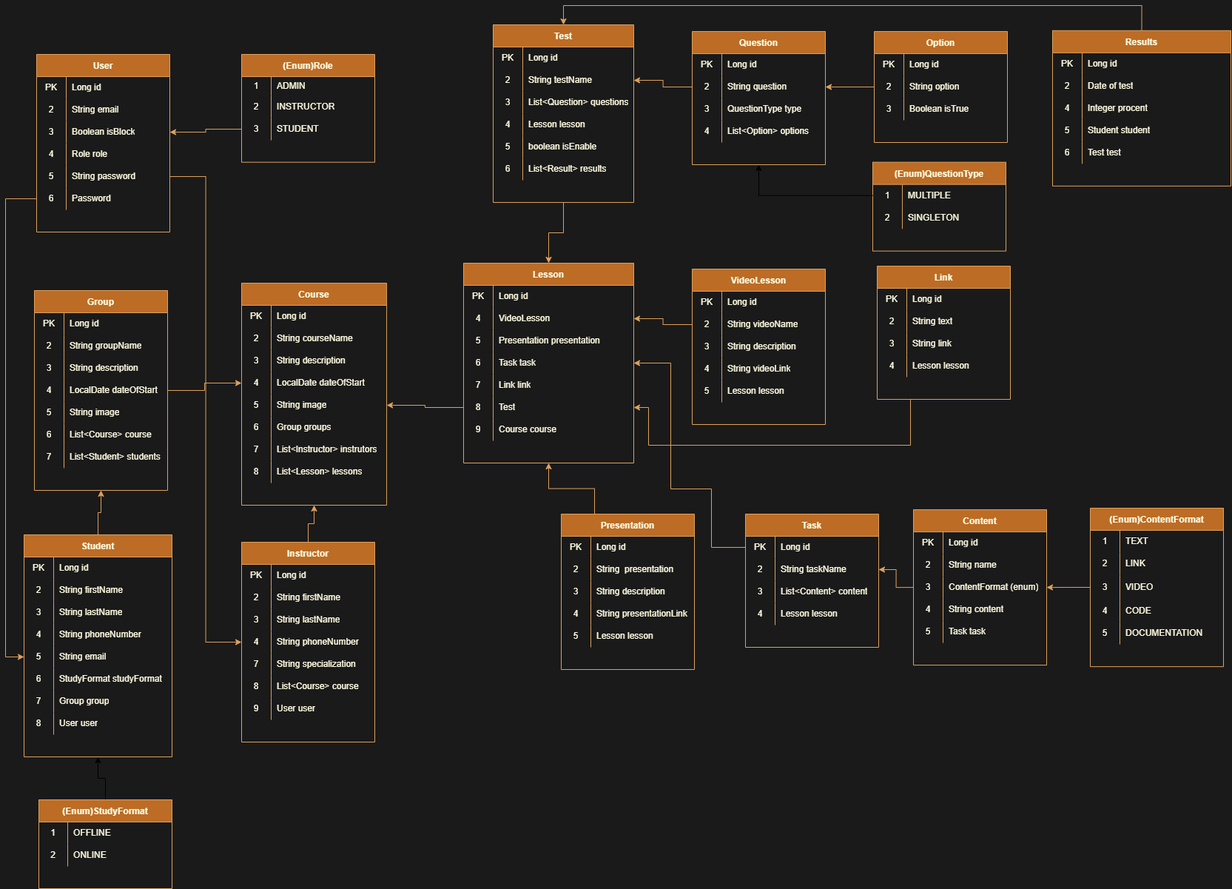
The draw.io diagram peaksoftlms.png in Mavlyan03/peaksoftlms-b6, before a commit. Source tidied: cells renumbered, new cells last; positions are measured from the earlier drawing's top-left corner, leaving out a move shared by most shapes.
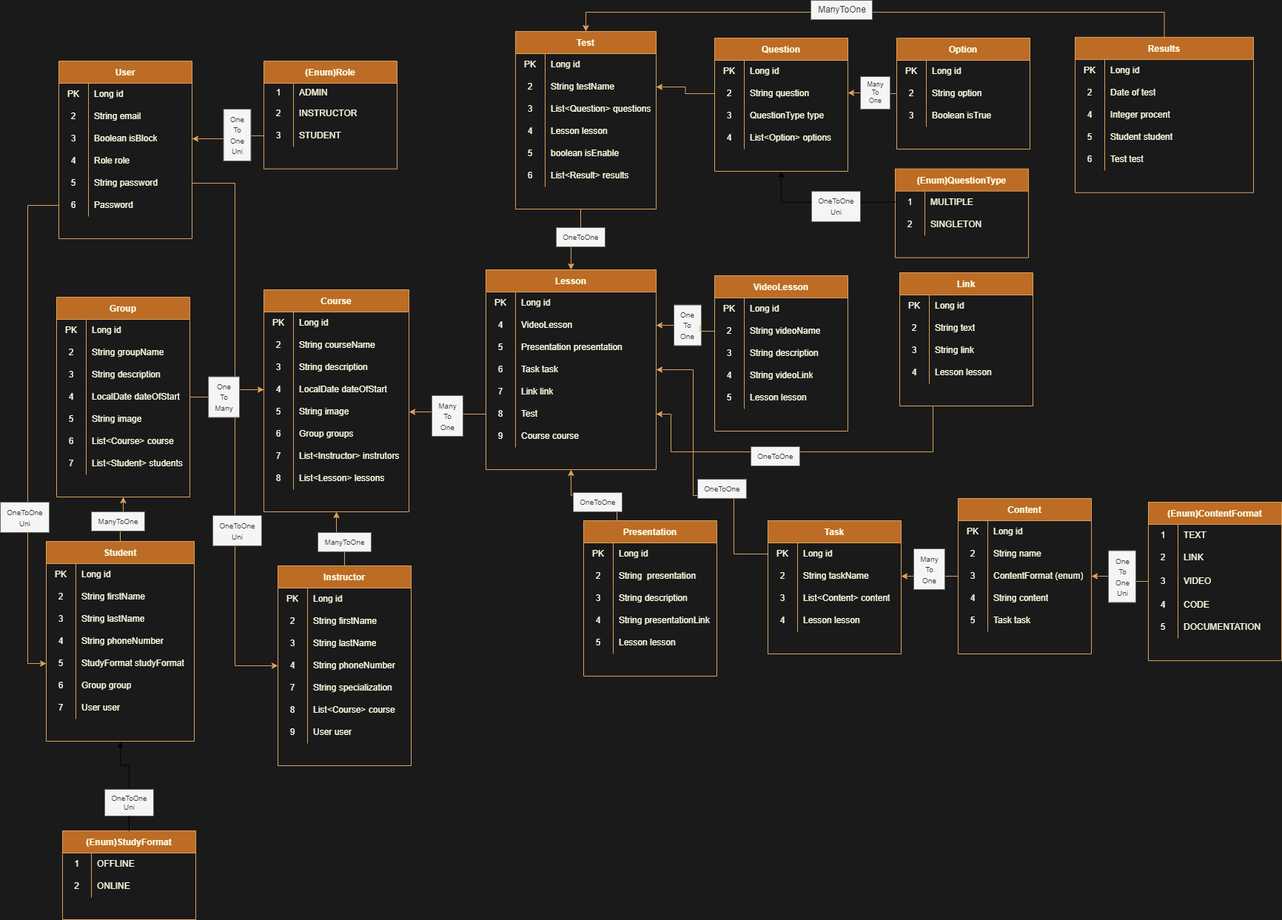
After the change.

Commit message:
Diagram PeaksoftLMS

What changed in the source:
```diff
@@ -145,3 +145,3 @@
     </mxCell>
-    <mxCell id="49" style="edgeStyle=orthogonalEdgeStyle;rounded=0;jettySize=auto;html=1;exitX=0.5;exitY=0;exitDx=0;exitDy=0;entryX=0.5;entryY=1;entryDx=0;entryDy=0;strokeColor=#DDA15E;fontColor=#FEFAE0;fillColor=#BC6C25;" parent="1" edge="1" source="50" target="2">
+    <mxCell id="49" style="edgeStyle=orthogonalEdgeStyle;rounded=0;jettySize=auto;html=1;exitX=0.5;exitY=0;exitDx=0;exitDy=0;entryX=0.5;entryY=1;entryDx=0;entryDy=0;strokeColor=#DDA15E;fontColor=#FEFAE0;fillColor=#BC6C25;startArrow=none;" parent="1" edge="1" source="340" target="2">
       <mxGeometry relative="1" as="geometry" />
@@ -149,3 +149,3 @@
     <mxCell id="50" value="Instructor" style="shape=table;startSize=30;rowLines=0;fontStyle=1;fontColor=#FEFAE0;fillColor=#BC6C25;strokeColor=#DDA15E;" parent="1" vertex="1">
-      <mxGeometry x="319" y="725" width="180" height="270" as="geometry" />
+      <mxGeometry x="338" y="748" width="180" height="270" as="geometry" />
     </mxCell>
@@ -218,3 +218,3 @@
     <mxCell id="73" value="Student" style="shape=table;startSize=30;rowLines=0;fontStyle=1;fontColor=#FEFAE0;fillColor=#BC6C25;strokeColor=#DDA15E;" parent="1" vertex="1">
-      <mxGeometry x="25" y="715" width="200" height="300" as="geometry" />
+      <mxGeometry x="25" y="715" width="200" height="270" as="geometry" />
     </mxCell>
@@ -256,15 +256,6 @@
     </mxCell>
-    <mxCell id="86" style="shape=tableRow;horizontal=0;startSize=0;swimlaneHead=0;swimlaneBody=0;top=0;left=0;bottom=0;right=0;fillColor=none;points=[[0,0.5],[1,0.5]];portConstraint=eastwest;fontColor=#FEFAE0;strokeColor=#DDA15E;" parent="73" vertex="1">
-      <mxGeometry y="150" width="200" height="30" as="geometry" />
-    </mxCell>
-    <mxCell id="87" value="5" style="shape=partialRectangle;html=1;whiteSpace=wrap;fillColor=none;top=0;left=0;bottom=0;right=0;overflow=hidden;fontColor=#FEFAE0;strokeColor=#DDA15E;" parent="86" vertex="1">
-      <mxGeometry width="40" height="30" as="geometry" />
-    </mxCell>
-    <mxCell id="88" value="String email" style="shape=partialRectangle;html=1;whiteSpace=wrap;fillColor=none;top=0;left=0;bottom=0;right=0;align=left;spacingLeft=6;overflow=hidden;fontColor=#FEFAE0;strokeColor=#DDA15E;" parent="86" vertex="1">
-      <mxGeometry x="40" width="160" height="30" as="geometry" />
-    </mxCell>
     <mxCell id="89" style="shape=tableRow;horizontal=0;startSize=0;swimlaneHead=0;swimlaneBody=0;top=0;left=0;bottom=0;right=0;fillColor=none;fontColor=#FEFAE0;strokeColor=#DDA15E;" parent="73" vertex="1">
-      <mxGeometry y="180" width="200" height="30" as="geometry" />
+      <mxGeometry y="150" width="200" height="30" as="geometry" />
     </mxCell>
-    <mxCell id="90" value="6" style="shape=partialRectangle;html=1;whiteSpace=wrap;fillColor=none;top=0;left=0;bottom=0;right=0;overflow=hidden;fontColor=#FEFAE0;strokeColor=#DDA15E;" parent="89" vertex="1">
+    <mxCell id="90" value="5" style="shape=partialRectangle;html=1;whiteSpace=wrap;fillColor=none;top=0;left=0;bottom=0;right=0;overflow=hidden;fontColor=#FEFAE0;strokeColor=#DDA15E;" parent="89" vertex="1">
       <mxGeometry width="40" height="30" as="geometry" />
@@ -275,5 +266,5 @@
     <mxCell id="92" style="shape=tableRow;horizontal=0;startSize=0;swimlaneHead=0;swimlaneBody=0;top=0;left=0;bottom=0;right=0;fillColor=none;fontColor=#FEFAE0;strokeColor=#DDA15E;" parent="73" vertex="1">
-      <mxGeometry y="210" width="200" height="30" as="geometry" />
+      <mxGeometry y="180" width="200" height="30" as="geometry" />
     </mxCell>
-    <mxCell id="93" value="7" style="shape=partialRectangle;html=1;whiteSpace=wrap;fillColor=none;top=0;left=0;bottom=0;right=0;overflow=hidden;fontColor=#FEFAE0;strokeColor=#DDA15E;" parent="92" vertex="1">
+    <mxCell id="93" value="6" style="shape=partialRectangle;html=1;whiteSpace=wrap;fillColor=none;top=0;left=0;bottom=0;right=0;overflow=hidden;fontColor=#FEFAE0;strokeColor=#DDA15E;" parent="92" vertex="1">
       <mxGeometry width="40" height="30" as="geometry" />
@@ -284,5 +275,5 @@
     <mxCell id="95" style="shape=tableRow;horizontal=0;startSize=0;swimlaneHead=0;swimlaneBody=0;top=0;left=0;bottom=0;right=0;fillColor=none;fontColor=#FEFAE0;strokeColor=#DDA15E;" parent="73" vertex="1">
-      <mxGeometry y="240" width="200" height="30" as="geometry" />
+      <mxGeometry y="210" width="200" height="30" as="geometry" />
     </mxCell>
-    <mxCell id="96" value="8" style="shape=partialRectangle;html=1;whiteSpace=wrap;fillColor=none;top=0;left=0;bottom=0;right=0;overflow=hidden;fontColor=#FEFAE0;strokeColor=#DDA15E;" parent="95" vertex="1">
+    <mxCell id="96" value="7" style="shape=partialRectangle;html=1;whiteSpace=wrap;fillColor=none;top=0;left=0;bottom=0;right=0;overflow=hidden;fontColor=#FEFAE0;strokeColor=#DDA15E;" parent="95" vertex="1">
       <mxGeometry width="40" height="30" as="geometry" />
@@ -601,3 +592,3 @@
     </mxCell>
-    <mxCell id="199" style="edgeStyle=orthogonalEdgeStyle;rounded=0;jettySize=auto;html=1;exitX=0.5;exitY=1;exitDx=0;exitDy=0;entryX=0.5;entryY=0;entryDx=0;entryDy=0;strokeColor=#DDA15E;fontColor=#FEFAE0;fillColor=#BC6C25;" parent="1" edge="1" source="200" target="98">
+    <mxCell id="199" style="edgeStyle=orthogonalEdgeStyle;rounded=0;jettySize=auto;html=1;exitX=0.5;exitY=1;exitDx=0;exitDy=0;entryX=0.5;entryY=0;entryDx=0;entryDy=0;strokeColor=#DDA15E;fontColor=#FEFAE0;fillColor=#BC6C25;startArrow=none;" parent="1" edge="1" source="331" target="98">
       <mxGeometry relative="1" as="geometry" />
@@ -787,3 +778,3 @@
     <mxCell id="259" value="Content" style="shape=table;startSize=30;rowLines=0;fontStyle=1;fontColor=#FEFAE0;fillColor=#BC6C25;strokeColor=#DDA15E;" parent="1" vertex="1">
-      <mxGeometry x="1227" y="681.1" width="180" height="210" as="geometry" />
+      <mxGeometry x="1257" y="657" width="180" height="210" as="geometry" />
     </mxCell>
@@ -835,3 +826,3 @@
     <mxCell id="275" value="(Enum)ContentFormat" style="shape=table;startSize=30;rowLines=0;fontStyle=1;fontColor=#FEFAE0;fillColor=#BC6C25;strokeColor=#DDA15E;" parent="1" vertex="1">
-      <mxGeometry x="1466" y="679" width="180" height="214.1" as="geometry" />
+      <mxGeometry x="1514" y="662" width="180" height="214.1" as="geometry" />
     </mxCell>
@@ -918,3 +909,3 @@
     </mxCell>
-    <mxCell id="303" style="edgeStyle=orthogonalEdgeStyle;rounded=0;jettySize=auto;html=1;exitX=0;exitY=0.5;exitDx=0;exitDy=0;entryX=1;entryY=0.5;entryDx=0;entryDy=0;strokeColor=#DDA15E;fontColor=#FEFAE0;fillColor=#BC6C25;" parent="1" edge="1" source="236" target="223">
+    <mxCell id="303" style="edgeStyle=orthogonalEdgeStyle;rounded=0;jettySize=auto;html=1;exitX=0;exitY=0.5;exitDx=0;exitDy=0;entryX=1;entryY=0.5;entryDx=0;entryDy=0;strokeColor=#DDA15E;fontColor=#FEFAE0;fillColor=#BC6C25;startArrow=none;" parent="1" edge="1" source="328" target="223">
       <mxGeometry relative="1" as="geometry" />
@@ -925,5 +916,10 @@
     <mxCell id="305" style="edgeStyle=orthogonalEdgeStyle;rounded=0;jettySize=auto;html=1;exitX=0;exitY=0.5;exitDx=0;exitDy=0;strokeColor=#DDA15E;fontColor=#FEFAE0;fillColor=#BC6C25;" parent="1" edge="1" source="114" target="15">
-      <mxGeometry relative="1" as="geometry" />
+      <mxGeometry relative="1" as="geometry">
+        <Array as="points">
+          <mxPoint x="567" y="543" />
+          <mxPoint x="567" y="540" />
+        </Array>
+      </mxGeometry>
     </mxCell>
-    <mxCell id="306" style="edgeStyle=orthogonalEdgeStyle;rounded=0;jettySize=auto;html=1;exitX=0;exitY=0.5;exitDx=0;exitDy=0;strokeColor=#DDA15E;fontColor=#FEFAE0;fillColor=#BC6C25;" parent="1" edge="1" source="124" target="102">
+    <mxCell id="306" style="edgeStyle=orthogonalEdgeStyle;rounded=0;jettySize=auto;html=1;exitX=0;exitY=0.5;exitDx=0;exitDy=0;strokeColor=#DDA15E;fontColor=#FEFAE0;fillColor=#BC6C25;startArrow=none;" parent="1" edge="1" source="333" target="102">
       <mxGeometry relative="1" as="geometry" />
@@ -946,4 +942,5 @@
     </mxCell>
-    <mxCell id="310" style="edgeStyle=orthogonalEdgeStyle;rounded=0;jettySize=auto;html=1;exitX=0;exitY=0.5;exitDx=0;exitDy=0;entryX=0;entryY=0.5;entryDx=0;entryDy=0;strokeColor=#DDA15E;fontColor=#FEFAE0;fillColor=#BC6C25;" parent="1" edge="1" source="196" target="86">
+    <mxCell id="310" style="edgeStyle=orthogonalEdgeStyle;rounded=0;jettySize=auto;html=1;exitX=0;exitY=0.5;exitDx=0;exitDy=0;entryX=0;entryY=0.5;entryDx=0;entryDy=0;strokeColor=#DDA15E;fontColor=#FEFAE0;fillColor=#BC6C25;" parent="1" edge="1" source="196">
       <mxGeometry relative="1" as="geometry">
+        <mxPoint x="25" y="880" as="targetPoint" />
         <Array as="points">
@@ -957,3 +954,3 @@
     </mxCell>
-    <mxCell id="312" style="edgeStyle=orthogonalEdgeStyle;rounded=0;jettySize=auto;html=1;entryX=0.5;entryY=1;entryDx=0;entryDy=0;" parent="1" edge="1" source="313" target="73">
+    <mxCell id="312" style="edgeStyle=orthogonalEdgeStyle;rounded=0;jettySize=auto;html=1;entryX=0.5;entryY=1;entryDx=0;entryDy=0;startArrow=none;" parent="1" edge="1" source="349" target="73">
       <mxGeometry relative="1" as="geometry" />
@@ -961,3 +958,3 @@
     <mxCell id="313" value="(Enum)StudyFormat" style="shape=table;startSize=30;rowLines=0;fontStyle=1;fontColor=#FEFAE0;fillColor=#BC6C25;strokeColor=#DDA15E;" parent="1" vertex="1">
-      <mxGeometry x="45" y="1073" width="180" height="120" as="geometry" />
+      <mxGeometry x="47" y="1106" width="180" height="120" as="geometry" />
     </mxCell>
@@ -1005,2 +1002,71 @@
     </mxCell>
+    <mxCell id="328" value="Many&lt;br&gt;To&lt;br&gt;One" style="text;html=1;align=center;verticalAlign=middle;points=[];fontSize=9;fillColor=#f5f5f5;fontColor=#333333;strokeColor=#666666;" parent="1" vertex="1">
+      <mxGeometry x="1125" y="87" width="40" height="44" as="geometry" />
+    </mxCell>
+    <mxCell id="329" style="edgeStyle=orthogonalEdgeStyle;rounded=0;jettySize=auto;html=1;exitX=0;exitY=0.5;exitDx=0;exitDy=0;entryX=1;entryY=0.5;entryDx=0;entryDy=0;strokeColor=#DDA15E;fontColor=#FEFAE0;fillColor=#BC6C25;endArrow=none;" parent="1" edge="1" source="236" target="328">
+      <mxGeometry relative="1" as="geometry" />
+    </mxCell>
+    <mxCell id="330" value="ManyToOne" style="text;html=1;align=center;verticalAlign=middle;fontSize=12;fillColor=#f5f5f5;fontColor=#333333;strokeColor=#666666;" parent="1" vertex="1">
+      <mxGeometry x="1058" y="-16" width="83" height="26" as="geometry" />
+    </mxCell>
+    <mxCell id="331" value="&lt;span style=&quot;font-size: 10px;&quot;&gt;OneToOne&lt;/span&gt;" style="text;html=1;align=center;verticalAlign=middle;points=[];strokeColor=#666666;fillColor=#f5f5f5;fontSize=12;fontColor=#333333;" parent="1" vertex="1">
+      <mxGeometry x="714" y="291" width="66" height="26" as="geometry" />
+    </mxCell>
+    <mxCell id="332" style="edgeStyle=orthogonalEdgeStyle;rounded=0;jettySize=auto;html=1;exitX=0.5;exitY=1;exitDx=0;exitDy=0;entryX=0.5;entryY=0;entryDx=0;entryDy=0;strokeColor=#DDA15E;fontColor=#FEFAE0;fillColor=#BC6C25;endArrow=none;" parent="1" edge="1" source="200" target="331">
+      <mxGeometry relative="1" as="geometry" />
+    </mxCell>
+    <mxCell id="333" value="&lt;span style=&quot;font-size: 10px;&quot;&gt;One&lt;br&gt;To&lt;br&gt;One&lt;br&gt;&lt;/span&gt;" style="text;html=1;align=center;verticalAlign=middle;points=[];strokeColor=#666666;fillColor=#f5f5f5;fontSize=12;fontColor=#333333;" parent="1" vertex="1">
+      <mxGeometry x="873" y="395.5" width="37" height="55" as="geometry" />
+    </mxCell>
+    <mxCell id="334" style="edgeStyle=orthogonalEdgeStyle;rounded=0;jettySize=auto;html=1;exitX=0;exitY=0.5;exitDx=0;exitDy=0;strokeColor=#DDA15E;fontColor=#FEFAE0;fillColor=#BC6C25;endArrow=none;" parent="1" edge="1" source="124" target="333">
+      <mxGeometry relative="1" as="geometry" />
+    </mxCell>
+    <mxCell id="335" value="&lt;span style=&quot;font-size: 10px;&quot;&gt;OneToOne&lt;br&gt;&lt;/span&gt;" style="text;html=1;align=center;verticalAlign=middle;strokeColor=#666666;fillColor=#f5f5f5;fontSize=12;fontColor=#333333;" parent="1" vertex="1">
+      <mxGeometry x="977" y="587" width="66" height="26" as="geometry" />
+    </mxCell>
+    <mxCell id="336" value="&lt;span style=&quot;font-size: 10px;&quot;&gt;OneToOne&lt;br&gt;&lt;/span&gt;" style="text;html=1;align=center;verticalAlign=middle;strokeColor=#666666;fillColor=#f5f5f5;fontSize=12;fontColor=#333333;" parent="1" vertex="1">
+      <mxGeometry x="905" y="631" width="66" height="26" as="geometry" />
+    </mxCell>
+    <mxCell id="337" value="&lt;span style=&quot;font-size: 10px;&quot;&gt;Many&lt;br&gt;To&lt;br&gt;One&lt;br&gt;&lt;/span&gt;" style="text;html=1;align=center;verticalAlign=middle;strokeColor=#666666;fillColor=#f5f5f5;fontSize=12;fontColor=#333333;" parent="1" vertex="1">
+      <mxGeometry x="1197" y="725" width="42" height="55" as="geometry" />
+    </mxCell>
+    <mxCell id="338" value="&lt;span style=&quot;font-size: 10px;&quot;&gt;OneToOne&lt;br&gt;&lt;/span&gt;" style="text;html=1;align=center;verticalAlign=middle;strokeColor=#666666;fillColor=#f5f5f5;fontSize=12;fontColor=#333333;" parent="1" vertex="1">
+      <mxGeometry x="737" y="649" width="66" height="26" as="geometry" />
+    </mxCell>
+    <mxCell id="339" value="&lt;span style=&quot;font-size: 10px;&quot;&gt;Many&lt;br&gt;To&lt;br&gt;One&lt;br&gt;&lt;/span&gt;" style="text;html=1;align=center;verticalAlign=middle;strokeColor=#666666;fillColor=#f5f5f5;fontSize=12;fontColor=#333333;" parent="1" vertex="1">
+      <mxGeometry x="546" y="518" width="42" height="55" as="geometry" />
+    </mxCell>
+    <mxCell id="340" value="&lt;span style=&quot;font-size: 10px;&quot;&gt;ManyToOne&lt;br&gt;&lt;/span&gt;" style="text;html=1;align=center;verticalAlign=middle;points=[];strokeColor=#666666;fillColor=#f5f5f5;fontSize=12;fontColor=#333333;" parent="1" vertex="1">
+      <mxGeometry x="392" y="703" width="72" height="26" as="geometry" />
+    </mxCell>
+    <mxCell id="341" style="edgeStyle=orthogonalEdgeStyle;rounded=0;jettySize=auto;html=1;exitX=0.5;exitY=0;exitDx=0;exitDy=0;entryX=0.5;entryY=1;entryDx=0;entryDy=0;strokeColor=#DDA15E;fontColor=#FEFAE0;fillColor=#BC6C25;endArrow=none;" parent="1" edge="1" source="50" target="340">
+      <mxGeometry relative="1" as="geometry" />
+    </mxCell>
+    <mxCell id="342" value="&lt;span style=&quot;font-size: 10px;&quot;&gt;ManyToOne&lt;br&gt;&lt;/span&gt;" style="text;html=1;align=center;verticalAlign=middle;strokeColor=#666666;fillColor=#f5f5f5;fontSize=12;fontColor=#333333;" parent="1" vertex="1">
+      <mxGeometry x="86" y="675" width="72" height="26" as="geometry" />
+    </mxCell>
+    <mxCell id="343" value="&lt;span style=&quot;font-size: 10px;&quot;&gt;One&lt;br&gt;To&lt;br&gt;Many&lt;br&gt;&lt;/span&gt;" style="text;html=1;align=center;verticalAlign=middle;strokeColor=#666666;fillColor=#f5f5f5;fontSize=12;fontColor=#333333;" parent="1" vertex="1">
+      <mxGeometry x="244" y="492.5" width="42" height="55" as="geometry" />
+    </mxCell>
+    <mxCell id="344" value="&lt;span style=&quot;font-size: 10px;&quot;&gt;OneToOne&lt;br&gt;Uni&lt;br&gt;&lt;/span&gt;" style="text;html=1;align=center;verticalAlign=middle;strokeColor=#666666;fillColor=#f5f5f5;fontSize=12;fontColor=#333333;" parent="1" vertex="1">
+      <mxGeometry x="250" y="680" width="66" height="41" as="geometry" />
+    </mxCell>
+    <mxCell id="345" value="&lt;span style=&quot;font-size: 10px;&quot;&gt;OneToOne&lt;br&gt;Uni&lt;br&gt;&lt;/span&gt;" style="text;html=1;align=center;verticalAlign=middle;strokeColor=#666666;fillColor=#f5f5f5;fontSize=12;fontColor=#333333;" parent="1" vertex="1">
+      <mxGeometry x="-37" y="662" width="66" height="41" as="geometry" />
+    </mxCell>
+    <mxCell id="346" value="&lt;span style=&quot;font-size: 10px;&quot;&gt;One&lt;br&gt;To&lt;br&gt;One&lt;br&gt;Uni&lt;br&gt;&lt;/span&gt;" style="text;html=1;align=center;verticalAlign=middle;strokeColor=#666666;fillColor=#f5f5f5;fontSize=12;fontColor=#333333;" parent="1" vertex="1">
+      <mxGeometry x="1460" y="727.5" width="37" height="70" as="geometry" />
+    </mxCell>
+    <mxCell id="347" value="&lt;span style=&quot;font-size: 10px;&quot;&gt;OneToOne&lt;br&gt;Uni&lt;br&gt;&lt;/span&gt;" style="text;html=1;align=center;verticalAlign=middle;strokeColor=#666666;fillColor=#f5f5f5;fontSize=12;fontColor=#333333;" parent="1" vertex="1">
+      <mxGeometry x="1059" y="242" width="66" height="41" as="geometry" />
+    </mxCell>
+    <mxCell id="348" value="&lt;span style=&quot;font-size: 10px;&quot;&gt;One&lt;br&gt;To&lt;br&gt;One&lt;br&gt;Uni&lt;br&gt;&lt;/span&gt;" style="text;html=1;align=center;verticalAlign=middle;strokeColor=#666666;fillColor=#f5f5f5;fontSize=12;fontColor=#333333;" parent="1" vertex="1">
+      <mxGeometry x="264.5" y="131" width="37" height="70" as="geometry" />
+    </mxCell>
+    <mxCell id="349" value="OneToOne&lt;br&gt;Uni" style="text;html=1;align=center;verticalAlign=middle;points=[];strokeColor=#666666;fillColor=#f5f5f5;fontSize=10;fontColor=#333333;" parent="1" vertex="1">
+      <mxGeometry x="104" y="1050" width="66" height="36" as="geometry" />
+    </mxCell>
+    <mxCell id="350" style="edgeStyle=orthogonalEdgeStyle;rounded=0;jettySize=auto;html=1;entryX=0.5;entryY=1;entryDx=0;entryDy=0;endArrow=none;" parent="1" edge="1" source="313" target="349">
+      <mxGeometry relative="1" as="geometry" />
+    </mxCell>
   </root>
```
